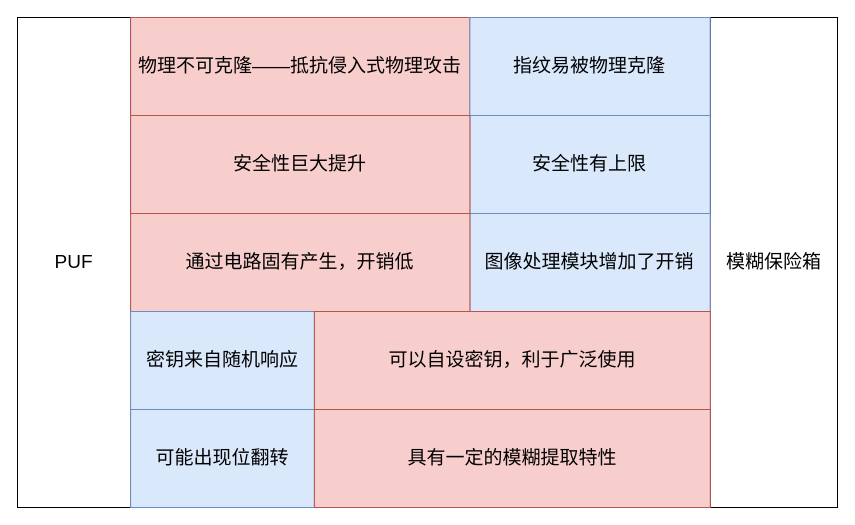
vegetable-cock/drawio- keeps this draw.io diagram as 未命名绘图.drawio. Above is the earlier version. Source tidied: cells renumbered, new cells numbered last; positions are measured from the earlier drawing's top-left corner, leaving out a move shared by most shapes. Both pictures are drawn from the tidied source at 100%, with x=0, y=0 at pixel (17, 17).
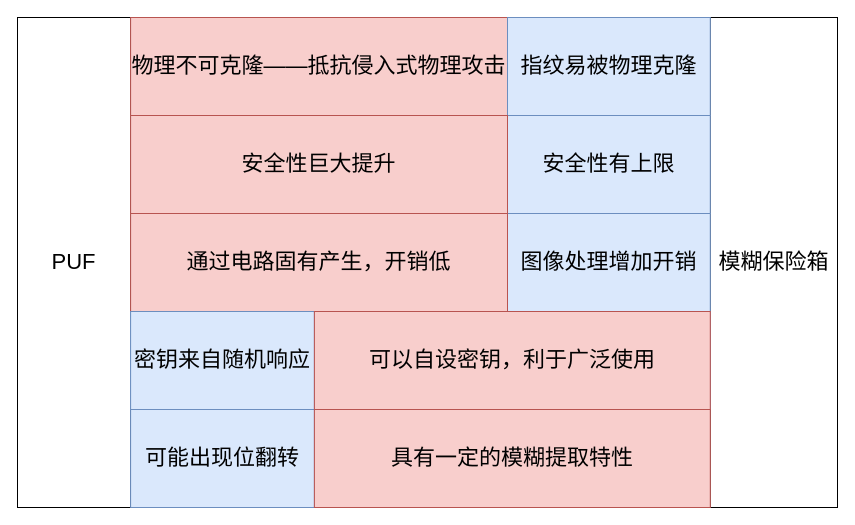
The same page after the edit.

Commit message:
更新未命名绘图.drawio

Diff of the diagram source:
```diff
@@
 <mxGraphModel>
   <root>
     <mxCell id="0" />
     <mxCell id="1" parent="0" />
-    <mxCell id="2" value="PUF" style="rounded=0;whiteSpace=wrap;html=1;fontSize=19;" parent="1" vertex="1">
+    <mxCell id="2" value="PUF" style="rounded=0;whiteSpace=wrap;html=1;fontSize=22;" parent="1" vertex="1">
       <mxGeometry width="113.1" height="490" as="geometry" />
     </mxCell>
-    <mxCell id="3" value="模糊保险箱" style="rounded=0;whiteSpace=wrap;html=1;fontSize=19;" parent="1" vertex="1">
+    <mxCell id="3" value="模糊保险箱" style="rounded=0;whiteSpace=wrap;html=1;fontSize=22;" parent="1" vertex="1">
       <mxGeometry x="692.8" width="127.2" height="490" as="geometry" />
     </mxCell>
-    <mxCell id="4" value="物理不可克隆——抵抗侵入式物理攻击" style="rounded=0;whiteSpace=wrap;html=1;fontSize=19;fillColor=#f8cecc;strokeColor=#b85450;" parent="1" vertex="1">
-      <mxGeometry x="113.1" width="339.3" height="98" as="geometry" />
+    <mxCell id="4" value="物理不可克隆——抵抗侵入式物理攻击" style="rounded=0;whiteSpace=wrap;html=1;fontSize=22;fillColor=#f8cecc;strokeColor=#b85450;" parent="1" vertex="1">
+      <mxGeometry x="113.1" width="376.9" height="98" as="geometry" />
     </mxCell>
-    <mxCell id="5" value="指纹易被物理克隆" style="rounded=0;whiteSpace=wrap;html=1;fontSize=19;fillColor=#dae8fc;strokeColor=#6c8ebf;" parent="1" vertex="1">
-      <mxGeometry x="452.4" width="240.3" height="98" as="geometry" />
+    <mxCell id="5" value="指纹易被物理克隆" style="rounded=0;whiteSpace=wrap;html=1;fontSize=22;fillColor=#dae8fc;strokeColor=#6c8ebf;" parent="1" vertex="1">
+      <mxGeometry x="490" width="202.8" height="98" as="geometry" />
     </mxCell>
-    <mxCell id="6" style="group;fontSize=19;fillColor=#dae8fc;strokeColor=#6c8ebf;" parent="1" vertex="1">
+    <mxCell id="6" style="group;fontSize=22;fillColor=#dae8fc;strokeColor=#6c8ebf;" parent="1" vertex="1">
       <mxGeometry x="113.1" y="294" width="579.7" height="98" as="geometry" />
     </mxCell>
-    <mxCell id="7" style="group;fontSize=19;fillColor=#f8cecc;strokeColor=#b85450;" parent="1" vertex="1">
-      <mxGeometry x="113.1" y="196" width="579.7" height="98" as="geometry" />
-    </mxCell>
-    <mxCell id="8" value="安全性有上限" style="rounded=0;whiteSpace=wrap;html=1;fontSize=19;fillColor=#dae8fc;strokeColor=#6c8ebf;" parent="1" vertex="1">
-      <mxGeometry x="452.4" y="98" width="240.3" height="98" as="geometry" />
+    <mxCell id="8" value="安全性有上限" style="rounded=0;whiteSpace=wrap;html=1;fontSize=22;fillColor=#dae8fc;strokeColor=#6c8ebf;" parent="1" vertex="1">
+      <mxGeometry x="490" y="98" width="202.8" height="98" as="geometry" />
     </mxCell>
-    <mxCell id="9" value="安全性巨大提升" style="rounded=0;whiteSpace=wrap;html=1;fontSize=19;fillColor=#f8cecc;strokeColor=#b85450;" parent="1" vertex="1">
-      <mxGeometry x="113.1" y="98" width="339.3" height="98" as="geometry" />
+    <mxCell id="9" value="安全性巨大提升" style="rounded=0;whiteSpace=wrap;html=1;fontSize=22;fillColor=#f8cecc;strokeColor=#b85450;" parent="1" vertex="1">
+      <mxGeometry x="113.1" y="98" width="376.9" height="98" as="geometry" />
     </mxCell>
-    <mxCell id="10" value="可能出现位翻转" style="rounded=0;whiteSpace=wrap;html=1;fontSize=19;fillColor=#dae8fc;strokeColor=#6c8ebf;" parent="1" vertex="1">
+    <mxCell id="10" value="可能出现位翻转" style="rounded=0;whiteSpace=wrap;html=1;fontSize=22;fillColor=#dae8fc;strokeColor=#6c8ebf;" parent="1" vertex="1">
       <mxGeometry x="113.1" y="392" width="183.8" height="98" as="geometry" />
     </mxCell>
-    <mxCell id="11" value="具有一定的模糊提取特性" style="rounded=0;whiteSpace=wrap;html=1;fontSize=19;fillColor=#f8cecc;strokeColor=#b85450;" parent="1" vertex="1">
+    <mxCell id="11" value="具有一定的模糊提取特性" style="rounded=0;whiteSpace=wrap;html=1;fontSize=22;fillColor=#f8cecc;strokeColor=#b85450;" parent="1" vertex="1">
       <mxGeometry x="296.9" y="392" width="395.9" height="98" as="geometry" />
     </mxCell>
-    <mxCell id="12" value="图像处理模块增加了开销" style="rounded=0;whiteSpace=wrap;html=1;fontSize=19;fillColor=#dae8fc;strokeColor=#6c8ebf;" parent="1" vertex="1">
-      <mxGeometry x="452.4" y="196" width="240.3" height="98" as="geometry" />
+    <mxCell id="12" value="图像处理增加开销" style="rounded=0;whiteSpace=wrap;html=1;fontSize=22;fillColor=#dae8fc;strokeColor=#6c8ebf;" parent="1" vertex="1">
+      <mxGeometry x="490" y="196" width="202.8" height="98" as="geometry" />
     </mxCell>
-    <mxCell id="13" value="通过电路固有产生，开销低" style="rounded=0;whiteSpace=wrap;html=1;fontSize=19;fillColor=#f8cecc;strokeColor=#b85450;" parent="1" vertex="1">
-      <mxGeometry x="113.1" y="196" width="339.3" height="98" as="geometry" />
+    <mxCell id="13" value="通过电路固有产生，开销低" style="rounded=0;whiteSpace=wrap;html=1;fontSize=22;fillColor=#f8cecc;strokeColor=#b85450;" parent="1" vertex="1">
+      <mxGeometry x="113.1" y="196" width="376.9" height="98" as="geometry" />
     </mxCell>
-    <mxCell id="14" value="密钥来自随机响应" style="rounded=0;whiteSpace=wrap;html=1;fontSize=19;fillColor=#dae8fc;strokeColor=#6c8ebf;" parent="1" vertex="1">
+    <mxCell id="14" value="密钥来自随机响应" style="rounded=0;whiteSpace=wrap;html=1;fontSize=22;fillColor=#dae8fc;strokeColor=#6c8ebf;" parent="1" vertex="1">
       <mxGeometry x="113.1" y="294" width="183.8" height="98" as="geometry" />
     </mxCell>
-    <mxCell id="15" value="可以自设密钥，利于广泛使用" style="rounded=0;whiteSpace=wrap;html=1;fontSize=19;fillColor=#f8cecc;strokeColor=#b85450;" parent="1" vertex="1">
+    <mxCell id="15" value="可以自设密钥，利于广泛使用" style="rounded=0;whiteSpace=wrap;html=1;fontSize=22;fillColor=#f8cecc;strokeColor=#b85450;" parent="1" vertex="1">
       <mxGeometry x="296.9" y="294" width="395.9" height="98" as="geometry" />
     </mxCell>
   </root>
 </mxGraphModel>
```
